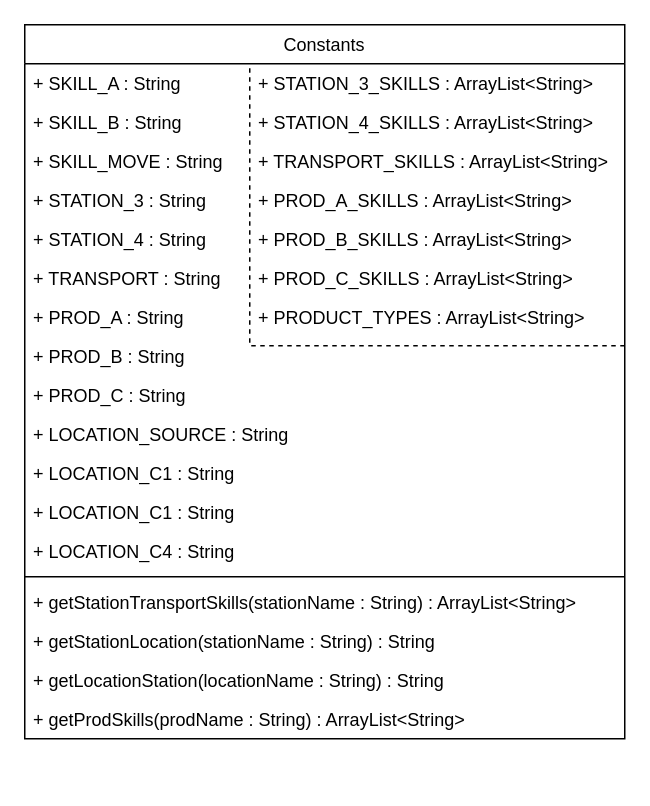
Earlier version of the draw.io diagram doc/Drawio/Const_Class_Diagram.drawio (thggs/Thesis). Source tidied: cells renumbered, new cells numbered last; positions are measured from the earlier drawing's top-left corner, leaving out a move shared by most shapes. Both pictures are drawn from the tidied source at 150%, with x=0, y=0 at pixel (24, 24).
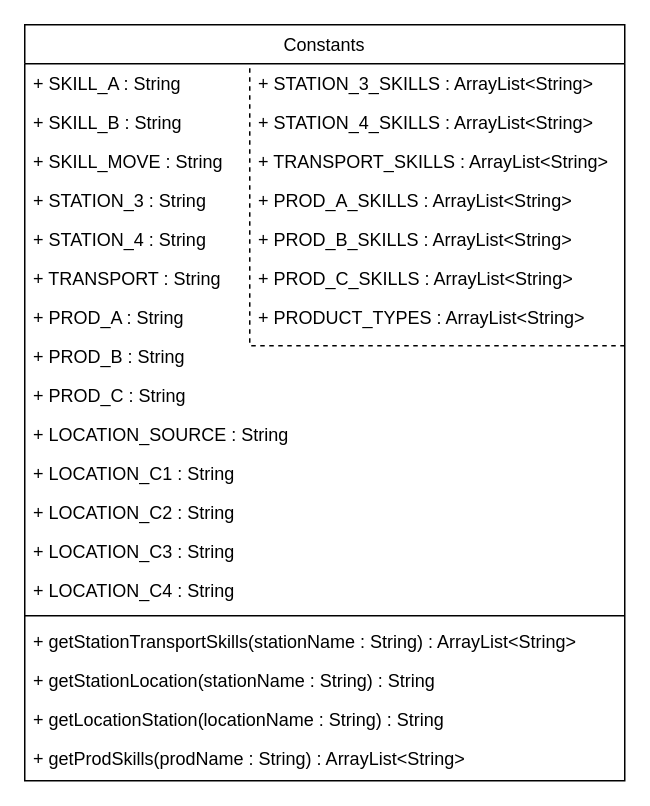
The same page after the edit.

Change to the diagram source:
```diff
@@
     <mxCell id="2" value="Constants" style="swimlane;fontStyle=0;align=center;verticalAlign=top;horizontal=1;startSize=26;rounded=0;shadow=0;strokeWidth=1;" parent="1" vertex="1">
-      <mxGeometry width="400" height="476" as="geometry" />
+      <mxGeometry width="400" height="504" as="geometry" />
     </mxCell>
@@
-    <mxCell id="14" value="+ LOCATION_C1 : String" style="text;align=left;verticalAlign=top;spacingLeft=4;spacingRight=4;overflow=hidden;" parent="1" vertex="1">
+    <mxCell id="14" value="+ LOCATION_C2 : String" style="text;align=left;verticalAlign=top;spacingLeft=4;spacingRight=4;overflow=hidden;" parent="1" vertex="1">
       <mxGeometry y="312" width="190" height="26" as="geometry" />
     </mxCell>
     <mxCell id="15" value="+ LOCATION_C4 : String" style="text;align=left;verticalAlign=top;spacingLeft=4;spacingRight=4;overflow=hidden;" parent="1" vertex="1">
-      <mxGeometry y="338" width="190" height="26" as="geometry" />
+      <mxGeometry y="364" width="190" height="26" as="geometry" />
     </mxCell>
     <mxCell id="16" style="line;html=1;strokeWidth=1;align=left;verticalAlign=middle;spacingTop=-1;spacingLeft=3;spacingRight=3;labelPosition=right;" parent="1" vertex="1">
-      <mxGeometry y="364" width="400" height="8" as="geometry" />
+      <mxGeometry y="390" width="400" height="8" as="geometry" />
     </mxCell>
     <mxCell id="17" value="+ getStationTransportSkills(stationName : String) : ArrayList&lt;String&gt;" style="text;align=left;verticalAlign=top;spacingLeft=4;spacingRight=4;overflow=hidden;fontStyle=0;" parent="1" vertex="1">
-      <mxGeometry y="372" width="380" height="26" as="geometry" />
+      <mxGeometry y="398" width="380" height="26" as="geometry" />
     </mxCell>
     <mxCell id="18" value="+ getStationLocation(stationName : String) : String" style="text;align=left;verticalAlign=top;spacingLeft=4;spacingRight=4;overflow=hidden;fontStyle=0;" parent="1" vertex="1">
-      <mxGeometry y="398" width="380" height="26" as="geometry" />
+      <mxGeometry y="424" width="380" height="26" as="geometry" />
     </mxCell>
     <mxCell id="19" value="+ getLocationStation(locationName : String) : String" style="text;align=left;verticalAlign=top;spacingLeft=4;spacingRight=4;overflow=hidden;fontStyle=0;" parent="1" vertex="1">
-      <mxGeometry y="424" width="380" height="26" as="geometry" />
+      <mxGeometry y="450" width="380" height="26" as="geometry" />
     </mxCell>
     <mxCell id="20" value="+ getProdSkills(prodName : String) : ArrayList&lt;String&gt;" style="text;align=left;verticalAlign=top;spacingLeft=4;spacingRight=4;overflow=hidden;fontStyle=0;" parent="1" vertex="1">
-      <mxGeometry y="450" width="380" height="26" as="geometry" />
+      <mxGeometry y="476" width="380" height="26" as="geometry" />
     </mxCell>
@@
+    <mxCell id="29" value="+ LOCATION_C3 : String" style="text;align=left;verticalAlign=top;spacingLeft=4;spacingRight=4;overflow=hidden;" parent="1" vertex="1">
+      <mxGeometry y="338" width="190" height="26" as="geometry" />
+    </mxCell>
```
